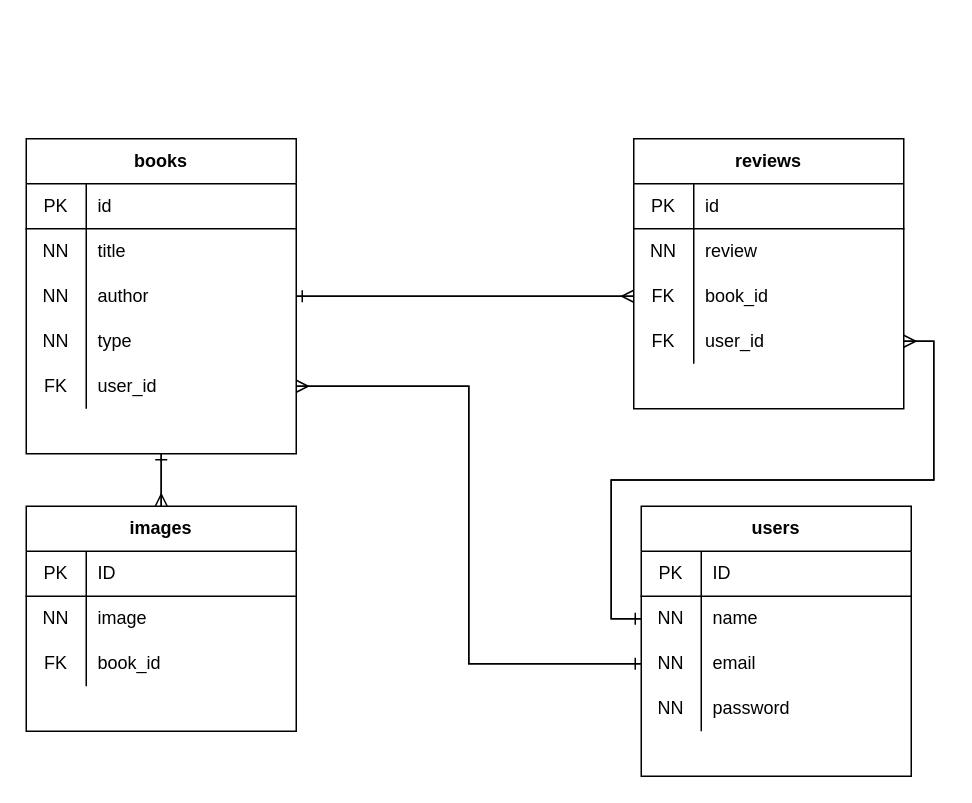
The draw.io diagram book_management.dio in s-shinji/bookManagement, before the edit. Source tidied: cells renumbered, new cells numbered last; positions are measured from the earlier drawing's top-left corner, leaving out a move shared by most shapes. Both pictures are drawn from the tidied source at 150%, with x=0, y=0 at pixel (26, 138).
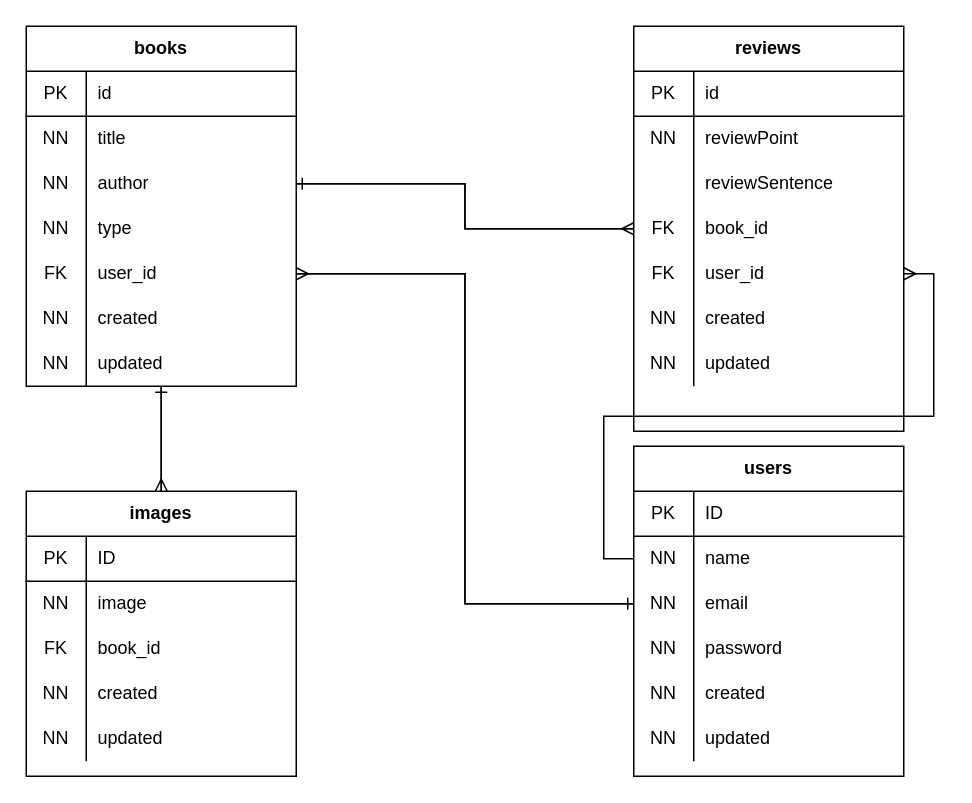
The same page after the edit.

The change refers to these unchanged cells:
```xml
<mxCell id="6" style="shape=partialRectangle;html=1;whiteSpace=wrap;fillColor=none;top=0;left=0;bottom=0;right=0;points=[[0,0.5],[1,0.5]];portConstraint=eastwest;" parent="2" vertex="1">
  <mxGeometry y="60" width="180" height="30" as="geometry" />
</mxCell>
<mxCell id="36" style="shape=partialRectangle;html=1;whiteSpace=wrap;fillColor=none;top=0;left=0;bottom=0;right=0;" parent="32" vertex="1">
  <mxGeometry y="60" width="180" height="30" as="geometry" />
</mxCell>
```

The edit, as a diff of the source:
```diff
@@
     <mxCell id="2" value="users" style="shape=table;html=1;whiteSpace=wrap;startSize=30;childLayout=tableLayout;rowLines=0;fontStyle=1;align=center;" parent="1" vertex="1">
-      <mxGeometry x="410" y="245" width="180" height="180" as="geometry" />
+      <mxGeometry x="405" y="205" width="180" height="220" as="geometry" />
     </mxCell>
@@
+    <mxCell id="62" style="shape=partialRectangle;html=1;whiteSpace=wrap;fillColor=none;top=0;left=0;bottom=0;right=0;" parent="2" vertex="1">
+      <mxGeometry y="150" width="180" height="30" as="geometry" />
+    </mxCell>
+    <mxCell id="63" value="NN" style="shape=partialRectangle;html=1;whiteSpace=wrap;fillColor=none;top=0;left=0;bottom=0;right=0;overflow=hidden;" parent="62" vertex="1">
+      <mxGeometry width="40" height="30" as="geometry" />
+    </mxCell>
+    <mxCell id="64" value="created" style="shape=partialRectangle;html=1;whiteSpace=wrap;fillColor=none;top=0;left=0;bottom=0;right=0;align=left;spacingLeft=6;overflow=hidden;" parent="62" vertex="1">
+      <mxGeometry x="40" width="140" height="30" as="geometry" />
+    </mxCell>
+    <mxCell id="65" style="shape=partialRectangle;html=1;whiteSpace=wrap;fillColor=none;top=0;left=0;bottom=0;right=0;" parent="2" vertex="1">
+      <mxGeometry y="180" width="180" height="30" as="geometry" />
+    </mxCell>
+    <mxCell id="66" value="&lt;span&gt;NN&lt;/span&gt;" style="shape=partialRectangle;html=1;whiteSpace=wrap;fillColor=none;top=0;left=0;bottom=0;right=0;overflow=hidden;" parent="65" vertex="1">
+      <mxGeometry width="40" height="30" as="geometry" />
+    </mxCell>
+    <mxCell id="67" value="updated" style="shape=partialRectangle;html=1;whiteSpace=wrap;fillColor=none;top=0;left=0;bottom=0;right=0;align=left;spacingLeft=6;overflow=hidden;" parent="65" vertex="1">
+      <mxGeometry x="40" width="140" height="30" as="geometry" />
+    </mxCell>
@@
     <mxCell id="16" value="books" style="shape=table;html=1;whiteSpace=wrap;startSize=30;childLayout=tableLayout;rowLines=0;fontStyle=1;align=center;" parent="1" vertex="1">
-      <mxGeometry width="180" height="210" as="geometry" />
+      <mxGeometry y="-75" width="180" height="240" as="geometry" />
     </mxCell>
@@
+    <mxCell id="68" style="shape=partialRectangle;html=1;whiteSpace=wrap;fillColor=none;top=0;left=0;bottom=0;right=0;" parent="16" vertex="1">
+      <mxGeometry y="180" width="180" height="30" as="geometry" />
+    </mxCell>
+    <mxCell id="69" value="NN" style="shape=partialRectangle;html=1;whiteSpace=wrap;fillColor=none;top=0;left=0;bottom=0;right=0;overflow=hidden;" parent="68" vertex="1">
+      <mxGeometry width="40" height="30" as="geometry" />
+    </mxCell>
+    <mxCell id="70" value="created" style="shape=partialRectangle;html=1;whiteSpace=wrap;fillColor=none;top=0;left=0;bottom=0;right=0;align=left;spacingLeft=6;overflow=hidden;" parent="68" vertex="1">
+      <mxGeometry x="40" width="140" height="30" as="geometry" />
+    </mxCell>
+    <mxCell id="71" style="shape=partialRectangle;html=1;whiteSpace=wrap;fillColor=none;top=0;left=0;bottom=0;right=0;" parent="16" vertex="1">
+      <mxGeometry y="210" width="180" height="30" as="geometry" />
+    </mxCell>
+    <mxCell id="72" value="&lt;span&gt;NN&lt;/span&gt;" style="shape=partialRectangle;html=1;whiteSpace=wrap;fillColor=none;top=0;left=0;bottom=0;right=0;overflow=hidden;" parent="71" vertex="1">
+      <mxGeometry width="40" height="30" as="geometry" />
+    </mxCell>
+    <mxCell id="73" value="updated" style="shape=partialRectangle;html=1;whiteSpace=wrap;fillColor=none;top=0;left=0;bottom=0;right=0;align=left;spacingLeft=6;overflow=hidden;" parent="71" vertex="1">
+      <mxGeometry x="40" width="140" height="30" as="geometry" />
+    </mxCell>
     <mxCell id="32" value="reviews" style="shape=table;html=1;whiteSpace=wrap;startSize=30;childLayout=tableLayout;rowLines=0;fontStyle=1;align=center;" parent="1" vertex="1">
-      <mxGeometry x="405" width="180" height="180" as="geometry" />
+      <mxGeometry x="405" y="-75" width="180" height="270" as="geometry" />
     </mxCell>
@@
-    <mxCell id="38" value="review" style="shape=partialRectangle;html=1;whiteSpace=wrap;fillColor=none;top=0;left=0;bottom=0;right=0;align=left;spacingLeft=6;overflow=hidden;" parent="36" vertex="1">
+    <mxCell id="38" value="reviewPoint" style="shape=partialRectangle;html=1;whiteSpace=wrap;fillColor=none;top=0;left=0;bottom=0;right=0;align=left;spacingLeft=6;overflow=hidden;" parent="36" vertex="1">
       <mxGeometry x="40" width="140" height="30" as="geometry" />
     </mxCell>
+    <mxCell id="74" style="shape=partialRectangle;html=1;whiteSpace=wrap;fillColor=none;top=0;left=0;bottom=0;right=0;" parent="32" vertex="1">
+      <mxGeometry y="90" width="180" height="30" as="geometry" />
+    </mxCell>
+    <mxCell id="75" style="shape=partialRectangle;html=1;whiteSpace=wrap;fillColor=none;top=0;left=0;bottom=0;right=0;overflow=hidden;" parent="74" vertex="1">
+      <mxGeometry width="40" height="30" as="geometry" />
+    </mxCell>
+    <mxCell id="76" value="reviewSentence" style="shape=partialRectangle;html=1;whiteSpace=wrap;fillColor=none;top=0;left=0;bottom=0;right=0;align=left;spacingLeft=6;overflow=hidden;" parent="74" vertex="1">
+      <mxGeometry x="40" width="140" height="30" as="geometry" />
+    </mxCell>
     <mxCell id="39" style="shape=partialRectangle;html=1;whiteSpace=wrap;fillColor=none;top=0;left=0;bottom=0;right=0;points=[[0,0.5],[1,0.5]];portConstraint=eastwest;" parent="32" vertex="1">
-      <mxGeometry y="90" width="180" height="30" as="geometry" />
+      <mxGeometry y="120" width="180" height="30" as="geometry" />
     </mxCell>
@@
     <mxCell id="42" style="shape=partialRectangle;html=1;whiteSpace=wrap;fillColor=none;top=0;left=0;bottom=0;right=0;points=[[0,0.5],[1,0.5]];portConstraint=eastwest;" parent="32" vertex="1">
-      <mxGeometry y="120" width="180" height="30" as="geometry" />
+      <mxGeometry y="150" width="180" height="30" as="geometry" />
     </mxCell>
@@
+    <mxCell id="77" style="shape=partialRectangle;html=1;whiteSpace=wrap;fillColor=none;top=0;left=0;bottom=0;right=0;" parent="32" vertex="1">
+      <mxGeometry y="180" width="180" height="30" as="geometry" />
+    </mxCell>
+    <mxCell id="78" value="NN" style="shape=partialRectangle;html=1;whiteSpace=wrap;fillColor=none;top=0;left=0;bottom=0;right=0;overflow=hidden;" parent="77" vertex="1">
+      <mxGeometry width="40" height="30" as="geometry" />
+    </mxCell>
+    <mxCell id="79" value="created" style="shape=partialRectangle;html=1;whiteSpace=wrap;fillColor=none;top=0;left=0;bottom=0;right=0;align=left;spacingLeft=6;overflow=hidden;" parent="77" vertex="1">
+      <mxGeometry x="40" width="140" height="30" as="geometry" />
+    </mxCell>
+    <mxCell id="80" style="shape=partialRectangle;html=1;whiteSpace=wrap;fillColor=none;top=0;left=0;bottom=0;right=0;" parent="32" vertex="1">
+      <mxGeometry y="210" width="180" height="30" as="geometry" />
+    </mxCell>
+    <mxCell id="81" value="&lt;span&gt;NN&lt;/span&gt;" style="shape=partialRectangle;html=1;whiteSpace=wrap;fillColor=none;top=0;left=0;bottom=0;right=0;overflow=hidden;" parent="80" vertex="1">
+      <mxGeometry width="40" height="30" as="geometry" />
+    </mxCell>
+    <mxCell id="82" value="updated" style="shape=partialRectangle;html=1;whiteSpace=wrap;fillColor=none;top=0;left=0;bottom=0;right=0;align=left;spacingLeft=6;overflow=hidden;" parent="80" vertex="1">
+      <mxGeometry x="40" width="140" height="30" as="geometry" />
+    </mxCell>
@@
     <mxCell id="46" value="images" style="shape=table;html=1;whiteSpace=wrap;startSize=30;childLayout=tableLayout;rowLines=0;fontStyle=1;align=center;" parent="1" vertex="1">
-      <mxGeometry y="245" width="180" height="150" as="geometry" />
+      <mxGeometry y="235" width="180" height="190" as="geometry" />
     </mxCell>
@@
+    <mxCell id="83" style="shape=partialRectangle;html=1;whiteSpace=wrap;fillColor=none;top=0;left=0;bottom=0;right=0;" parent="46" vertex="1">
+      <mxGeometry y="120" width="180" height="30" as="geometry" />
+    </mxCell>
+    <mxCell id="84" value="NN" style="shape=partialRectangle;html=1;whiteSpace=wrap;fillColor=none;top=0;left=0;bottom=0;right=0;overflow=hidden;" parent="83" vertex="1">
+      <mxGeometry width="40" height="30" as="geometry" />
+    </mxCell>
+    <mxCell id="85" value="created" style="shape=partialRectangle;html=1;whiteSpace=wrap;fillColor=none;top=0;left=0;bottom=0;right=0;align=left;spacingLeft=6;overflow=hidden;" parent="83" vertex="1">
+      <mxGeometry x="40" width="140" height="30" as="geometry" />
+    </mxCell>
+    <mxCell id="86" style="shape=partialRectangle;html=1;whiteSpace=wrap;fillColor=none;top=0;left=0;bottom=0;right=0;" parent="46" vertex="1">
+      <mxGeometry y="150" width="180" height="30" as="geometry" />
+    </mxCell>
+    <mxCell id="87" value="&lt;span&gt;NN&lt;/span&gt;" style="shape=partialRectangle;html=1;whiteSpace=wrap;fillColor=none;top=0;left=0;bottom=0;right=0;overflow=hidden;" parent="86" vertex="1">
+      <mxGeometry width="40" height="30" as="geometry" />
+    </mxCell>
+    <mxCell id="88" value="updated" style="shape=partialRectangle;html=1;whiteSpace=wrap;fillColor=none;top=0;left=0;bottom=0;right=0;align=left;spacingLeft=6;overflow=hidden;" parent="86" vertex="1">
+      <mxGeometry x="40" width="140" height="30" as="geometry" />
+    </mxCell>
@@
-    <mxCell id="59" style="edgeStyle=orthogonalEdgeStyle;rounded=0;jettySize=auto;html=1;entryX=0;entryY=0.5;entryDx=0;entryDy=0;endArrow=ERone;endFill=0;" parent="1" edge="1" source="42" target="6">
-      <mxGeometry relative="1" as="geometry" />
-    </mxCell>
```
